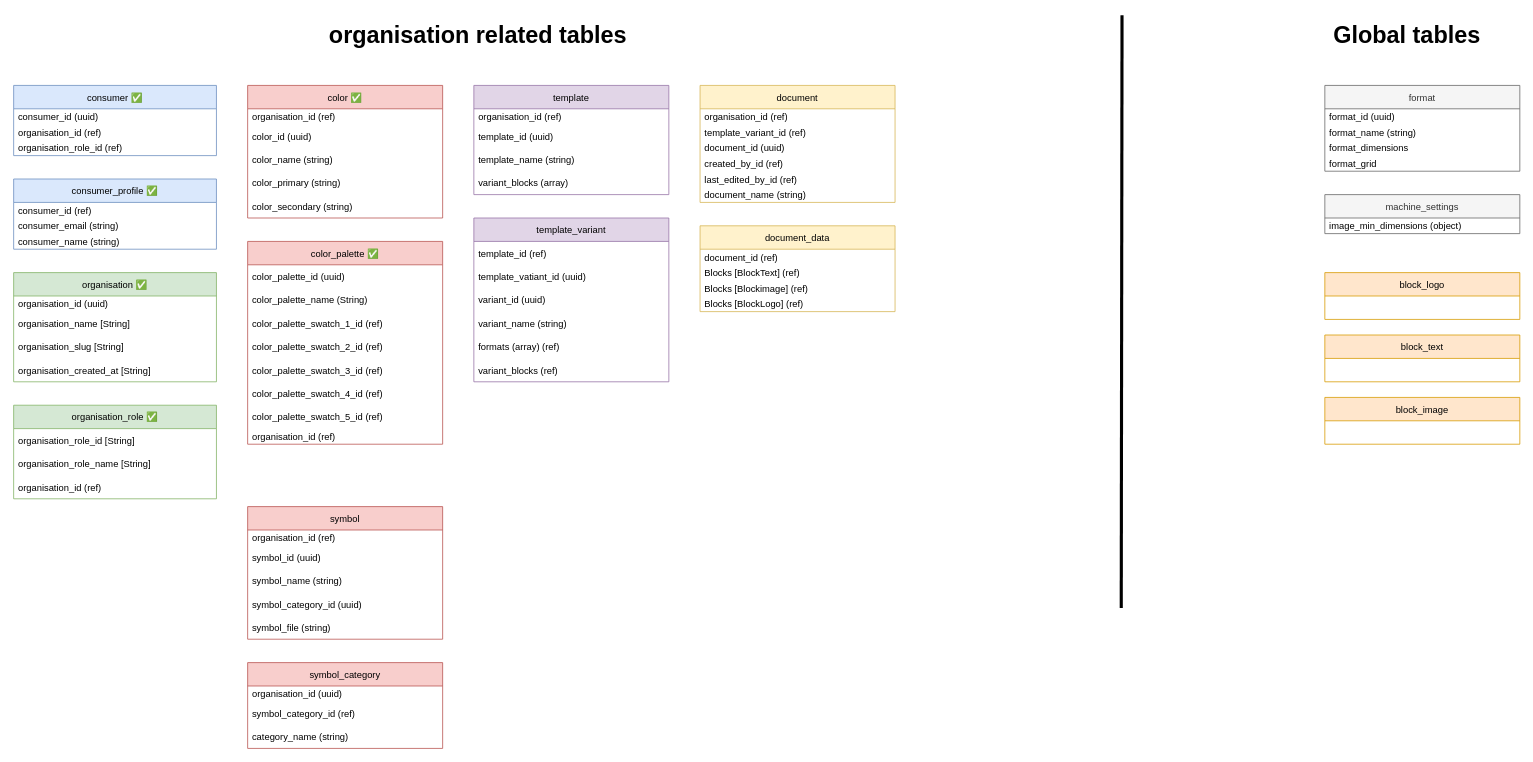
This is page "Page-2" (2 of 2) of root/DesignmaskinCurrent2.drawio from dreamyguy/drawio, a draw.io file, before an edit. Source tidied: cells renumbered, new cells numbered last; positions are measured from the earlier drawing's top-left corner, leaving out a move shared by most shapes. Both pictures are drawn from the tidied source at 78%, with x=0, y=0 at pixel (13, 15).
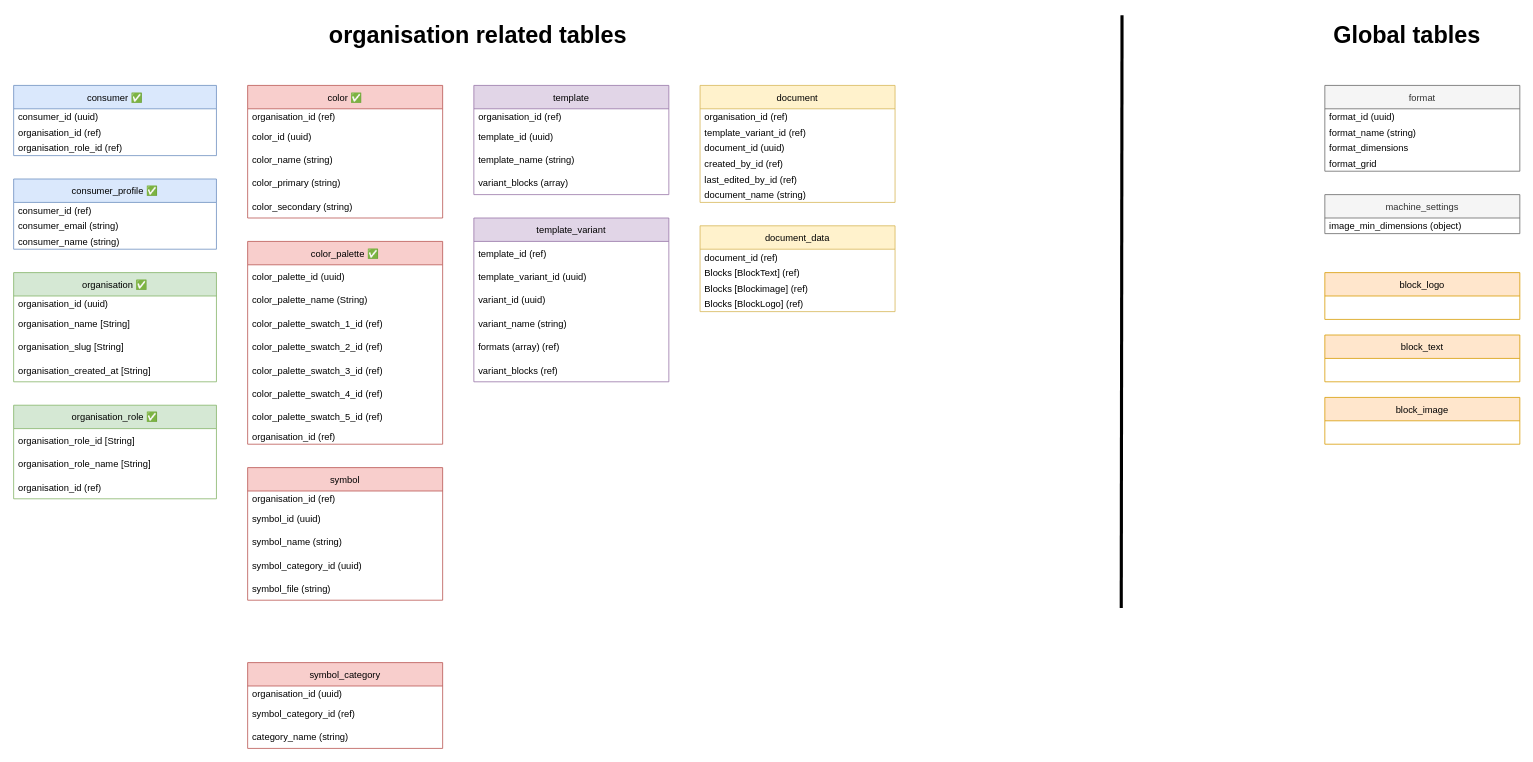
After the change.

The change refers to these unchanged cells:
```xml
<mxCell id="44" value="template_variant" style="swimlane;fontStyle=0;horizontal=1;startSize=30;fillColor=#e1d5e7;strokeColor=#9673a6;" parent="1" vertex="1">
  <mxGeometry x="590" y="260" width="250" height="210" as="geometry" />
</mxCell>
```

Change to the diagram source:
```diff
@@
     <mxCell id="29" value="symbol" style="swimlane;fontStyle=0;horizontal=1;startSize=30;fillColor=#f8cecc;strokeColor=#b85450;" parent="1" vertex="1">
-      <mxGeometry x="300" y="630" width="250" height="170" as="geometry" />
+      <mxGeometry x="300" y="580" width="250" height="170" as="geometry" />
     </mxCell>
@@
-    <mxCell id="46" value="template_vatiant_id (uuid)" style="text;strokeColor=none;fillColor=none;align=left;verticalAlign=middle;spacingLeft=4;spacingRight=4;overflow=hidden;spacing=2;" parent="44" vertex="1">
+    <mxCell id="46" value="template_variant_id (uuid)" style="text;strokeColor=none;fillColor=none;align=left;verticalAlign=middle;spacingLeft=4;spacingRight=4;overflow=hidden;spacing=2;" parent="44" vertex="1">
       <mxGeometry y="60" width="250" height="30" as="geometry" />
     </mxCell>
```
